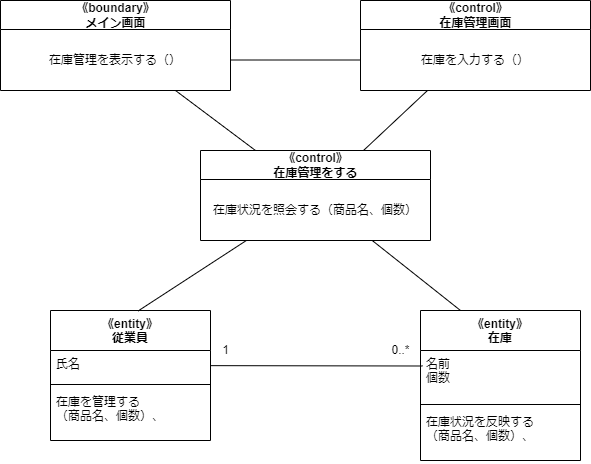
MasakiHiguchi/--- keeps this draw.io diagram as psp4/設計モデルのクラス/設計モデルクラス図_発注仕込み.drawio.png. Above is the earlier version. Source tidied: cells renumbered, new cells last; positions are measured from the earlier drawing's top-left corner, leaving out a move shared by most shapes.
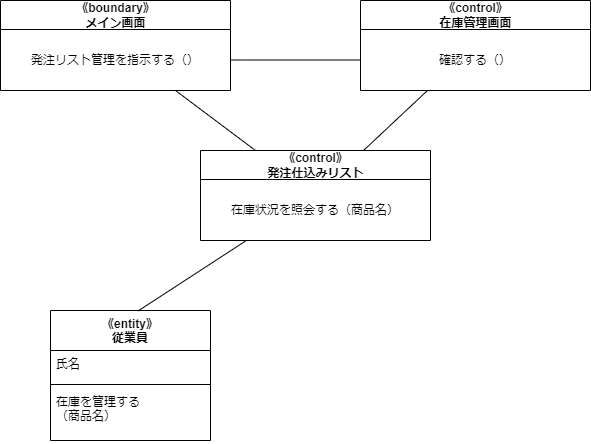
Later version of the same file.

The edit, as a diff of the source:
```diff
@@ -11,62 +11,38 @@
     <mxCell id="4" style="line;strokeWidth=1;fillColor=none;align=left;verticalAlign=middle;spacingTop=-1;spacingLeft=3;spacingRight=3;labelPosition=right;strokeColor=inherit;" parent="2" vertex="1">
       <mxGeometry y="70" width="160" height="8" as="geometry" />
     </mxCell>
-    <mxCell id="5" value="在庫を管理する&#10;（商品名、個数）、" style="text;strokeColor=none;fillColor=none;align=left;verticalAlign=top;spacingLeft=4;spacingRight=4;overflow=hidden;" parent="2" vertex="1">
-      <mxGeometry y="78" width="160" height="52" as="geometry" />
-    </mxCell>
-    <mxCell id="6" value="《entity》&#10;在庫" style="swimlane;fontStyle=1;align=center;verticalAlign=top;horizontal=1;startSize=40;" parent="1" vertex="1">
-      <mxGeometry x="420" y="310" width="160" height="150" as="geometry" />
-    </mxCell>
-    <mxCell id="7" value="名前&#10;個数" style="text;strokeColor=none;fillColor=none;align=left;verticalAlign=top;spacingLeft=4;spacingRight=4;overflow=hidden;points=[[0,0.5],[1,0.5]];portConstraint=eastwest;" parent="6" vertex="1">
-      <mxGeometry y="40" width="160" height="50" as="geometry" />
-    </mxCell>
-    <mxCell id="8" style="line;strokeWidth=1;fillColor=none;align=left;verticalAlign=middle;spacingTop=-1;spacingLeft=3;spacingRight=3;labelPosition=right;strokeColor=inherit;" parent="6" vertex="1">
-      <mxGeometry y="90" width="160" height="8" as="geometry" />
-    </mxCell>
-    <mxCell id="9" value="在庫状況を反映する&#10;（商品名、個数）、" style="text;strokeColor=none;fillColor=none;align=left;verticalAlign=top;spacingLeft=4;spacingRight=4;overflow=hidden;" parent="6" vertex="1">
-      <mxGeometry y="98" width="160" height="52" as="geometry" />
-    </mxCell>
-    <mxCell id="10" style="edgeStyle=none;html=1;entryX=0.013;entryY=0.31;entryDx=0;entryDy=0;entryPerimeter=0;endArrow=none;endFill=0;" parent="1" edge="1" source="3" target="7">
-      <mxGeometry relative="1" as="geometry" />
-    </mxCell>
-    <mxCell id="11" value="1" style="text;html=1;align=center;verticalAlign=middle;strokeColor=none;fillColor=none;" parent="1" vertex="1">
-      <mxGeometry x="210" y="335" width="30" height="30" as="geometry" />
-    </mxCell>
-    <mxCell id="12" value="0..*" style="text;html=1;align=center;verticalAlign=middle;strokeColor=none;fillColor=none;" parent="1" vertex="1">
-      <mxGeometry x="380" y="335" width="40" height="30" as="geometry" />
-    </mxCell>
-    <mxCell id="13" style="edgeStyle=none;html=1;entryX=0.547;entryY=0.004;entryDx=0;entryDy=0;entryPerimeter=0;endArrow=none;endFill=0;" parent="1" edge="1" source="15" target="2">
-      <mxGeometry relative="1" as="geometry" />
-    </mxCell>
-    <mxCell id="14" style="edgeStyle=none;html=1;entryX=0.25;entryY=0;entryDx=0;entryDy=0;endArrow=none;endFill=0;" parent="1" edge="1" source="15" target="6">
-      <mxGeometry relative="1" as="geometry" />
-    </mxCell>
-    <mxCell id="15" value="《control》&lt;br&gt;在庫管理をする" style="swimlane;fontStyle=1;align=center;verticalAlign=middle;horizontal=1;startSize=29;html=1;" parent="1" vertex="1">
-      <mxGeometry x="200" y="150" width="230" height="90" as="geometry" />
-    </mxCell>
-    <mxCell id="16" value="在庫状況を照会する（商品名、個数）" style="text;html=1;strokeColor=none;fillColor=none;align=center;verticalAlign=middle;spacingLeft=4;spacingRight=4;overflow=hidden;" parent="15" vertex="1">
-      <mxGeometry y="29" width="230" height="61" as="geometry" />
-    </mxCell>
-    <mxCell id="17" style="edgeStyle=none;html=1;endArrow=none;endFill=0;" parent="1" edge="1" source="18" target="15">
-      <mxGeometry relative="1" as="geometry" />
-    </mxCell>
+    <mxCell id="24" value="在庫を管理する&#10;（商品名）" style="text;strokeColor=none;fillColor=none;align=left;verticalAlign=top;spacingLeft=4;spacingRight=4;overflow=hidden;" parent="2" vertex="1">
+      <mxGeometry y="78" width="160" height="52" as="geometry" />
+    </mxCell>
+    <mxCell id="25" style="edgeStyle=none;html=1;entryX=0.547;entryY=0.004;entryDx=0;entryDy=0;entryPerimeter=0;endArrow=none;endFill=0;" parent="1" edge="1" source="26" target="2">
+      <mxGeometry relative="1" as="geometry" />
+    </mxCell>
+    <mxCell id="26" value="《control》&lt;br&gt;発注仕込みリスト" style="swimlane;fontStyle=1;align=center;verticalAlign=middle;horizontal=1;startSize=29;html=1;" parent="1" vertex="1">
+      <mxGeometry x="200" y="150" width="230" height="90" as="geometry" />
+    </mxCell>
+    <mxCell id="27" value="在庫状況を照会する（商品名）" style="text;html=1;strokeColor=none;fillColor=none;align=center;verticalAlign=middle;spacingLeft=4;spacingRight=4;overflow=hidden;" parent="26" vertex="1">
+      <mxGeometry y="29" width="230" height="61" as="geometry" />
+    </mxCell>
+    <mxCell id="28" style="edgeStyle=none;html=1;endArrow=none;endFill=0;" parent="1" edge="1" source="18" target="26">
+      <mxGeometry relative="1" as="geometry" />
+    </mxCell>
     <mxCell id="18" value="《boundary》&lt;br&gt;メイン画面" style="swimlane;fontStyle=1;align=center;verticalAlign=middle;horizontal=1;startSize=29;html=1;" parent="1" vertex="1">
       <mxGeometry width="230" height="90" as="geometry" />
     </mxCell>
-    <mxCell id="19" value="在庫管理を表示する（）" style="text;html=1;strokeColor=none;fillColor=none;align=center;verticalAlign=middle;spacingLeft=4;spacingRight=4;overflow=hidden;points=[[0,0.5],[1,0.5]];portConstraint=eastwest;" parent="18" vertex="1">
-      <mxGeometry y="29" width="230" height="61" as="geometry" />
-    </mxCell>
-    <mxCell id="20" style="edgeStyle=none;html=1;endArrow=none;endFill=0;" parent="1" edge="1" source="21" target="15">
-      <mxGeometry relative="1" as="geometry" />
-    </mxCell>
+    <mxCell id="29" value="発注リスト管理を指示する（）" style="text;html=1;strokeColor=none;fillColor=none;align=center;verticalAlign=middle;spacingLeft=4;spacingRight=4;overflow=hidden;points=[[0,0.5],[1,0.5]];portConstraint=eastwest;" parent="18" vertex="1">
+      <mxGeometry y="29" width="230" height="61" as="geometry" />
+    </mxCell>
+    <mxCell id="30" style="edgeStyle=none;html=1;endArrow=none;endFill=0;" parent="1" edge="1" source="21" target="26">
+      <mxGeometry relative="1" as="geometry" />
+    </mxCell>
     <mxCell id="21" value="《control》&lt;br&gt;在庫管理画面" style="swimlane;fontStyle=1;align=center;verticalAlign=middle;horizontal=1;startSize=29;html=1;" parent="1" vertex="1">
       <mxGeometry x="360" width="230" height="90" as="geometry" />
     </mxCell>
-    <mxCell id="22" value="在庫を入力する（）" style="text;html=1;strokeColor=none;fillColor=none;align=center;verticalAlign=middle;spacingLeft=4;spacingRight=4;overflow=hidden;points=[[0,0.5],[1,0.5]];portConstraint=eastwest;" parent="21" vertex="1">
-      <mxGeometry y="29" width="230" height="61" as="geometry" />
-    </mxCell>
-    <mxCell id="23" style="edgeStyle=none;html=1;entryX=0;entryY=0.5;entryDx=0;entryDy=0;endArrow=none;endFill=0;" parent="1" edge="1" source="19" target="22">
-      <mxGeometry relative="1" as="geometry" />
-    </mxCell>
+    <mxCell id="31" value="確認する（）" style="text;html=1;strokeColor=none;fillColor=none;align=center;verticalAlign=middle;spacingLeft=4;spacingRight=4;overflow=hidden;points=[[0,0.5],[1,0.5]];portConstraint=eastwest;" parent="21" vertex="1">
+      <mxGeometry y="29" width="230" height="61" as="geometry" />
+    </mxCell>
+    <mxCell id="32" style="edgeStyle=none;html=1;entryX=0;entryY=0.5;entryDx=0;entryDy=0;endArrow=none;endFill=0;" parent="1" edge="1" source="29" target="31">
+      <mxGeometry relative="1" as="geometry" />
+    </mxCell>
   </root>
 </mxGraphModel>
```
